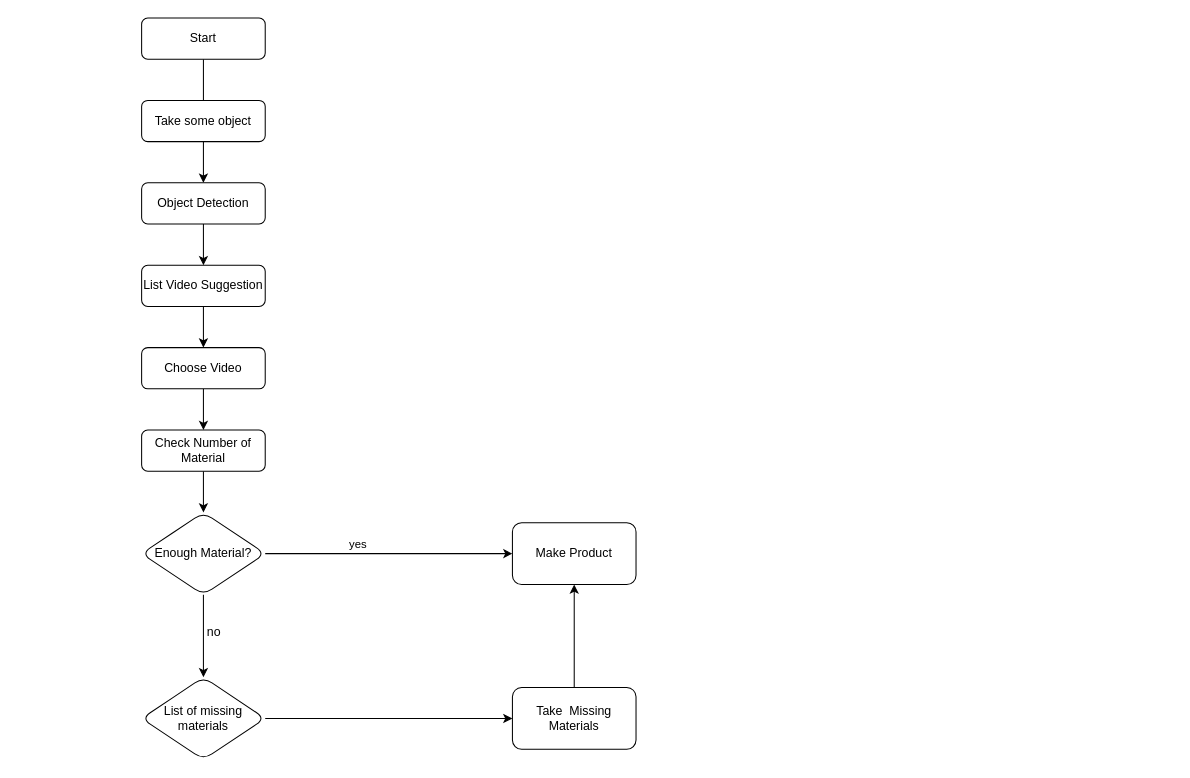
Earlier version of the draw.io diagram Untitled Diagram.drawio (DngBack/FaceRecog). Source tidied: cells renumbered, new cells numbered last; positions are measured from the earlier drawing's top-left corner, leaving out a move shared by most shapes. Both pictures are drawn from the tidied source at 103%, with x=0, y=0 at pixel (141, 18).
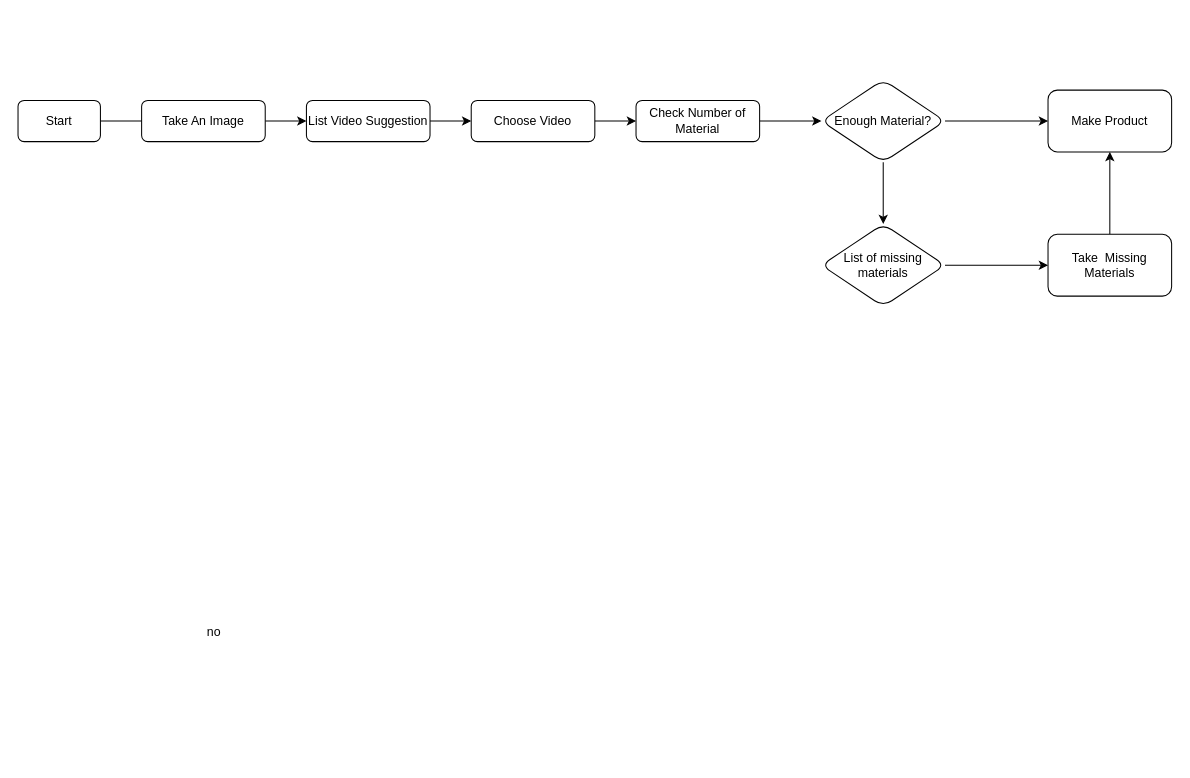
The same page after the edit.

Unchanged cells that the change refers to:
```xml
<mxCell id="14" style="edgeStyle=orthogonalEdgeStyle;rounded=0;jettySize=auto;html=1;" parent="1" edge="1" source="17" target="18">
  <mxGeometry relative="1" as="geometry" />
</mxCell>
```

The edit, as a diff of the source:
```diff
@@
     <mxCell id="3" value="Start" style="rounded=1;whiteSpace=wrap;html=1;fontSize=12;glass=0;strokeWidth=1;shadow=0;" parent="1" vertex="1">
-      <mxGeometry width="120" height="40" as="geometry" />
+      <mxGeometry x="-120" y="80" width="80" height="40" as="geometry" />
     </mxCell>
-    <mxCell id="4" style="edgeStyle=orthogonalEdgeStyle;rounded=0;jettySize=auto;html=1;" parent="1" edge="1" source="5" target="7">
-      <mxGeometry relative="1" as="geometry" />
-    </mxCell>
+    <mxCell id="24" style="edgeStyle=orthogonalEdgeStyle;rounded=0;jettySize=auto;html=1;" parent="1" edge="1" source="5" target="9">
+      <mxGeometry relative="1" as="geometry" />
+    </mxCell>
-    <mxCell id="5" value="Take some object" style="rounded=1;whiteSpace=wrap;html=1;fontSize=12;glass=0;strokeWidth=1;shadow=0;" parent="1" vertex="1">
+    <mxCell id="5" value="Take An Image" style="rounded=1;whiteSpace=wrap;html=1;fontSize=12;glass=0;strokeWidth=1;shadow=0;" parent="1" vertex="1">
       <mxGeometry y="80" width="120" height="40" as="geometry" />
     </mxCell>
-    <mxCell id="6" style="edgeStyle=orthogonalEdgeStyle;rounded=0;jettySize=auto;html=1;" parent="1" edge="1" source="7" target="9">
-      <mxGeometry relative="1" as="geometry" />
-    </mxCell>
-    <mxCell id="7" value="Object Detection" style="whiteSpace=wrap;html=1;rounded=1;glass=0;strokeWidth=1;shadow=0;" parent="1" vertex="1">
-      <mxGeometry y="160" width="120" height="40" as="geometry" />
-    </mxCell>
@@
     <mxCell id="9" value="List Video Suggestion" style="whiteSpace=wrap;html=1;rounded=1;glass=0;strokeWidth=1;shadow=0;" parent="1" vertex="1">
-      <mxGeometry y="240" width="120" height="40" as="geometry" />
+      <mxGeometry x="160" y="80" width="120" height="40" as="geometry" />
     </mxCell>
@@
     <mxCell id="11" value="Choose Video" style="whiteSpace=wrap;html=1;rounded=1;glass=0;strokeWidth=1;shadow=0;" parent="1" vertex="1">
-      <mxGeometry y="320" width="120" height="40" as="geometry" />
+      <mxGeometry x="320" y="80" width="120" height="40" as="geometry" />
     </mxCell>
@@
     <mxCell id="13" value="Check Number of Material" style="whiteSpace=wrap;html=1;rounded=1;glass=0;strokeWidth=1;shadow=0;" parent="1" vertex="1">
-      <mxGeometry y="400" width="120" height="40" as="geometry" />
+      <mxGeometry x="480" y="80" width="120" height="40" as="geometry" />
     </mxCell>
@@
-    <mxCell id="15" value="yes" style="edgeLabel;html=1;align=center;verticalAlign=middle;" parent="14" vertex="1">
-      <mxGeometry x="-0.28" y="2" relative="1" as="geometry">
-        <mxPoint x="3" y="-8" as="offset" />
-      </mxGeometry>
-    </mxCell>
@@
     <mxCell id="17" value="Enough Material?" style="rhombus;whiteSpace=wrap;html=1;rounded=1;glass=0;strokeWidth=1;shadow=0;" parent="1" vertex="1">
-      <mxGeometry y="480" width="120" height="80" as="geometry" />
+      <mxGeometry x="660" y="60" width="120" height="80" as="geometry" />
     </mxCell>
     <mxCell id="18" value="Make Product" style="whiteSpace=wrap;html=1;rounded=1;glass=0;strokeWidth=1;shadow=0;" parent="1" vertex="1">
-      <mxGeometry x="360" y="490" width="120" height="60" as="geometry" />
+      <mxGeometry x="880" y="70" width="120" height="60" as="geometry" />
     </mxCell>
@@
     <mxCell id="20" value="List of missing materials" style="rhombus;whiteSpace=wrap;html=1;rounded=1;glass=0;strokeWidth=1;shadow=0;" parent="1" vertex="1">
-      <mxGeometry y="640" width="120" height="80" as="geometry" />
+      <mxGeometry x="660" y="200" width="120" height="80" as="geometry" />
     </mxCell>
@@
     <mxCell id="23" value="Take&amp;nbsp; Missing Materials" style="whiteSpace=wrap;html=1;rounded=1;glass=0;strokeWidth=1;shadow=0;" parent="1" vertex="1">
-      <mxGeometry x="360" y="650" width="120" height="60" as="geometry" />
+      <mxGeometry x="880" y="210" width="120" height="60" as="geometry" />
     </mxCell>
```
